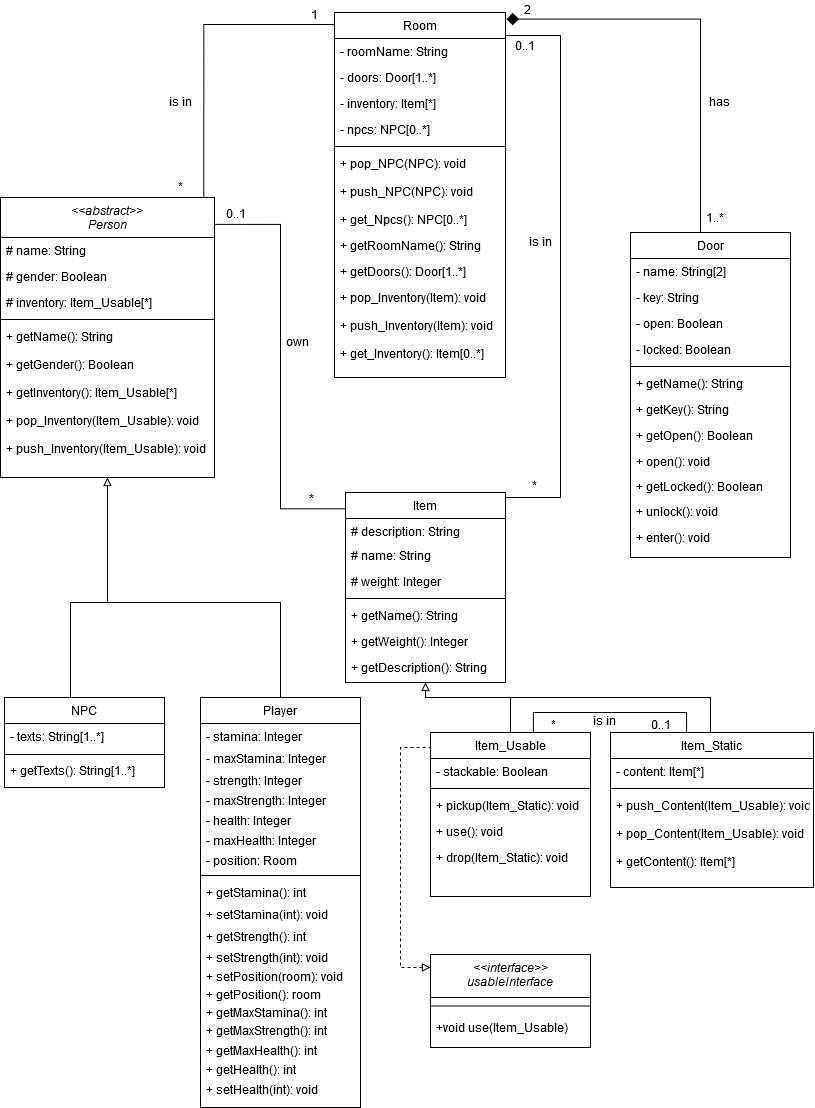
Elegond/AE-Text-Adventure keeps this draw.io diagram as Klassendiagram.png. Above is the earlier version. Source tidied: cells renumbered, new cells last; positions are measured from the earlier drawing's top-left corner, leaving out a move shared by most shapes.
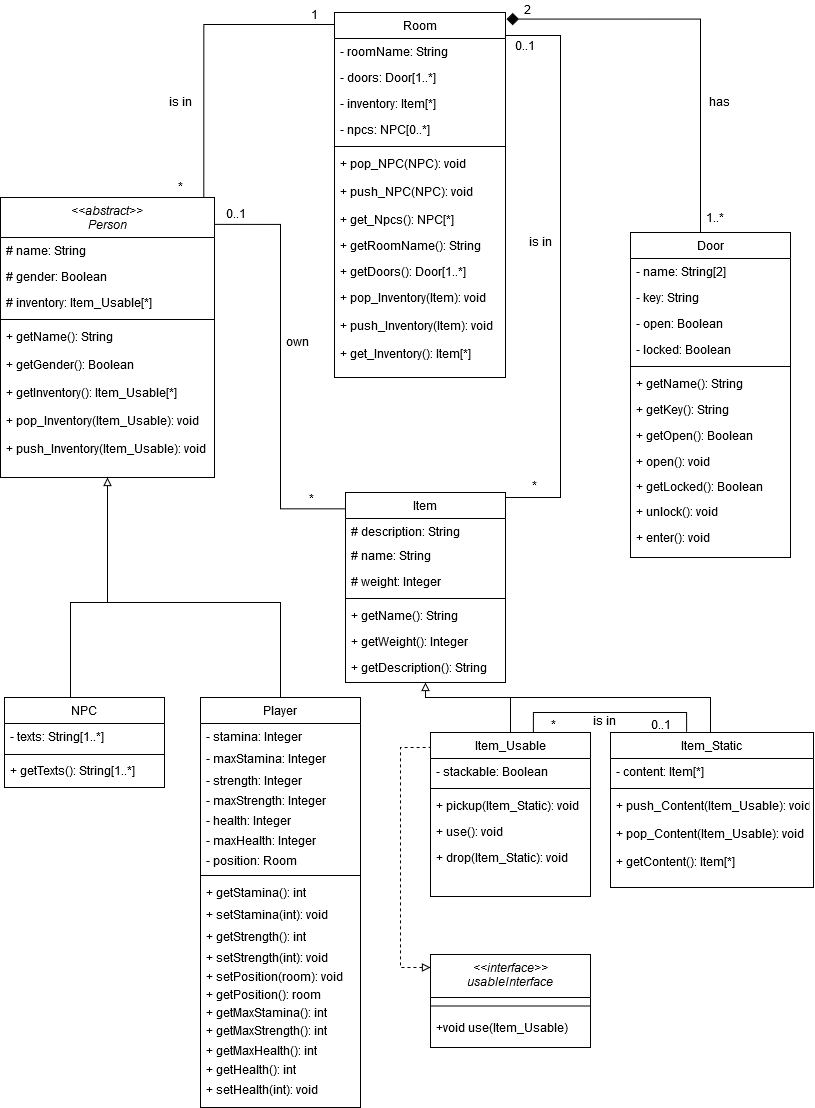
The same file after the commit.

The edit, as a diff of the source:
```diff
@@ -63,7 +63,7 @@
     <mxCell id="20" value="+ push_NPC(NPC): void" style="text;align=left;verticalAlign=top;spacingLeft=4;spacingRight=4;overflow=hidden;" parent="13" vertex="1">
       <mxGeometry y="166" width="171" height="28" as="geometry" />
     </mxCell>
-    <mxCell id="21" value="+ get_Npcs(): NPC[0..*]" style="text;align=left;verticalAlign=top;spacingLeft=4;spacingRight=4;overflow=hidden;" parent="13" vertex="1">
+    <mxCell id="21" value="+ get_Npcs(): NPC[*]" style="text;align=left;verticalAlign=top;spacingLeft=4;spacingRight=4;overflow=hidden;" parent="13" vertex="1">
       <mxGeometry y="194" width="171" height="26" as="geometry" />
     </mxCell>
     <mxCell id="22" value="+ getRoomName(): String" style="text;align=left;verticalAlign=top;spacingLeft=4;spacingRight=4;overflow=hidden;" parent="13" vertex="1">
@@ -78,7 +78,7 @@
     <mxCell id="25" value="+ push_Inventory(Item): void" style="text;align=left;verticalAlign=top;spacingLeft=4;spacingRight=4;overflow=hidden;" parent="13" vertex="1">
       <mxGeometry y="300" width="171" height="28" as="geometry" />
     </mxCell>
-    <mxCell id="26" value="+ get_Inventory(): Item[0..*]" style="text;align=left;verticalAlign=top;spacingLeft=4;spacingRight=4;overflow=hidden;" parent="13" vertex="1">
+    <mxCell id="26" value="+ get_Inventory(): Item[*]" style="text;align=left;verticalAlign=top;spacingLeft=4;spacingRight=4;overflow=hidden;" parent="13" vertex="1">
       <mxGeometry y="328" width="171" height="26" as="geometry" />
     </mxCell>
     <mxCell id="27" style="edgeStyle=orthogonalEdgeStyle;rounded=0;jettySize=auto;html=1;entryX=0.998;entryY=0.096;entryDx=0;entryDy=0;endArrow=none;endFill=0;exitX=0.002;exitY=0.086;exitDx=0;exitDy=0;exitPerimeter=0;entryPerimeter=0;" parent="1" edge="1" source="28" target="3">
```
